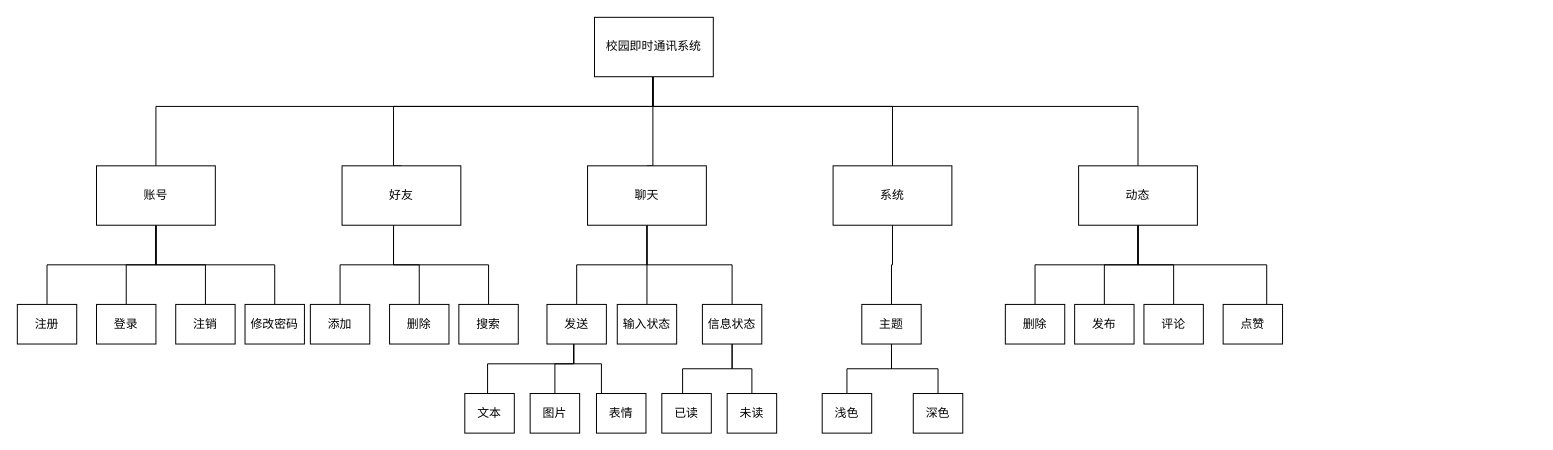
Before: 未命名绘图.drawio in kkiiidd/demo1, a draw.io diagram. Source tidied: cells renumbered, new cells numbered last; positions are measured from the earlier drawing's top-left corner, leaving out a move shared by most shapes. Both pictures are drawn from the tidied source at 99%, with x=0, y=0 at pixel (17, 17).
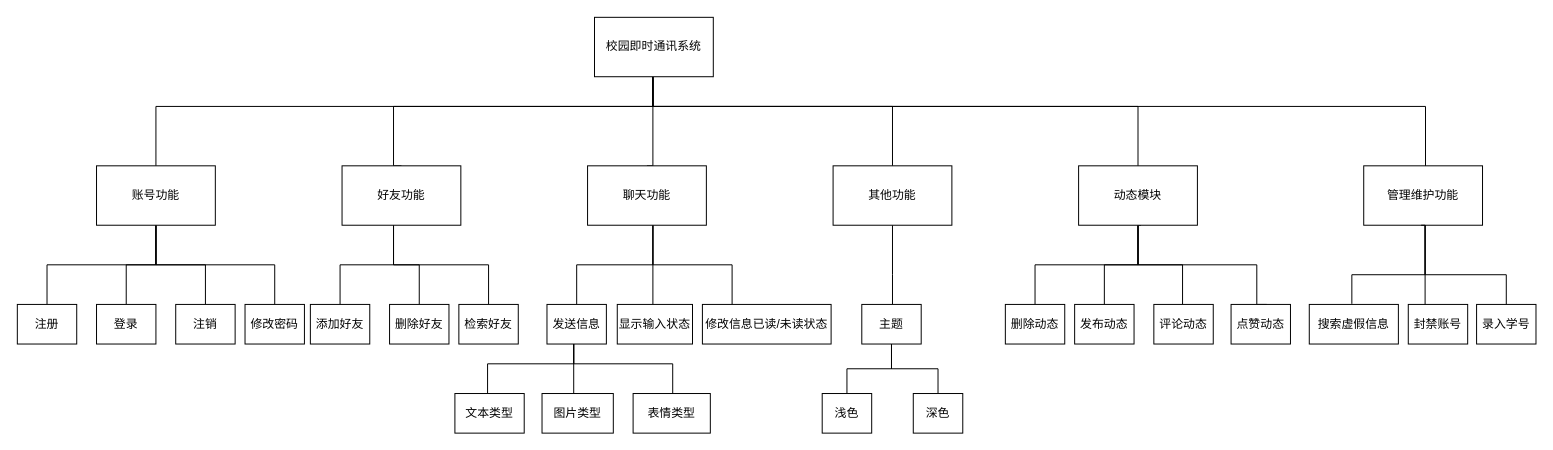
Above is the later version.

Commit message:
更新未命名绘图.drawio

Unchanged cells that the change refers to:
```xml
<mxCell id="7" value="校园即时通讯系统" style="rounded=0;whiteSpace=wrap;html=1;strokeColor=default;" parent="1" vertex="1">
  <mxGeometry x="583" width="120" height="60" as="geometry" />
</mxCell>
<mxCell id="45" value="主题" style="rounded=0;whiteSpace=wrap;html=1;strokeColor=default;" parent="1" vertex="1">
  <mxGeometry x="853" y="290" width="60" height="40" as="geometry" />
</mxCell>
```

Diff of the diagram source:
```diff
@@
-    <mxCell id="13" value="账号" style="rounded=0;whiteSpace=wrap;html=1;strokeColor=default;" parent="1" vertex="1">
+    <mxCell id="13" value="账号功能" style="rounded=0;whiteSpace=wrap;html=1;strokeColor=default;" parent="1" vertex="1">
       <mxGeometry x="80" y="150" width="120" height="60" as="geometry" />
     </mxCell>
@@
-    <mxCell id="17" value="好友" style="rounded=0;whiteSpace=wrap;html=1;strokeColor=default;" parent="1" vertex="1">
+    <mxCell id="17" value="好友功能" style="rounded=0;whiteSpace=wrap;html=1;strokeColor=default;" parent="1" vertex="1">
       <mxGeometry x="328" y="150" width="120" height="60" as="geometry" />
     </mxCell>
     <mxCell id="18" style="edgeStyle=orthogonalEdgeStyle;rounded=0;jettySize=auto;html=1;entryX=0.5;entryY=0;entryDx=0;entryDy=0;strokeColor=default;endArrow=none;endFill=0;" parent="1" edge="1" source="21" target="39">
-      <mxGeometry relative="1" as="geometry" />
+      <mxGeometry relative="1" as="geometry">
+        <Array as="points">
+          <mxPoint x="642" y="250" />
+          <mxPoint x="565" y="250" />
+        </Array>
+      </mxGeometry>
     </mxCell>
     <mxCell id="19" style="edgeStyle=orthogonalEdgeStyle;rounded=0;jettySize=auto;html=1;strokeColor=default;endArrow=none;endFill=0;" parent="1" edge="1" source="21" target="42">
-      <mxGeometry relative="1" as="geometry" />
+      <mxGeometry relative="1" as="geometry">
+        <Array as="points">
+          <mxPoint x="642" y="250" />
+          <mxPoint x="722" y="250" />
+        </Array>
+      </mxGeometry>
     </mxCell>
     <mxCell id="20" style="edgeStyle=orthogonalEdgeStyle;rounded=0;jettySize=auto;html=1;endArrow=none;endFill=0;" parent="1" edge="1" source="21" target="57">
-      <mxGeometry relative="1" as="geometry" />
+      <mxGeometry relative="1" as="geometry">
+        <Array as="points">
+          <mxPoint x="642" y="240" />
+          <mxPoint x="642" y="240" />
+        </Array>
+      </mxGeometry>
     </mxCell>
-    <mxCell id="21" value="聊天" style="rounded=0;whiteSpace=wrap;html=1;strokeColor=default;" parent="1" vertex="1">
+    <mxCell id="21" value="聊天功能" style="rounded=0;whiteSpace=wrap;html=1;strokeColor=default;" parent="1" vertex="1">
       <mxGeometry x="576" y="150" width="120" height="60" as="geometry" />
     </mxCell>
     <mxCell id="22" style="edgeStyle=orthogonalEdgeStyle;rounded=0;jettySize=auto;html=1;strokeColor=default;endArrow=none;endFill=0;" parent="1" edge="1" source="23" target="45">
-      <mxGeometry relative="1" as="geometry" />
+      <mxGeometry relative="1" as="geometry">
+        <Array as="points">
+          <mxPoint x="884" y="260" />
+          <mxPoint x="884" y="260" />
+        </Array>
+      </mxGeometry>
     </mxCell>
-    <mxCell id="23" value="系统" style="rounded=0;whiteSpace=wrap;html=1;strokeColor=default;" parent="1" vertex="1">
+    <mxCell id="23" value="其他功能" style="rounded=0;whiteSpace=wrap;html=1;strokeColor=default;" parent="1" vertex="1">
       <mxGeometry x="824" y="150" width="120" height="60" as="geometry" />
     </mxCell>
@@
-    <mxCell id="26" style="edgeStyle=orthogonalEdgeStyle;rounded=0;jettySize=auto;html=1;strokeColor=default;endArrow=none;endFill=0;" parent="1" edge="1" source="28" target="49">
+    <mxCell id="26" style="edgeStyle=orthogonalEdgeStyle;rounded=0;orthogonalLoop=1;jettySize=auto;html=1;strokeColor=default;endArrow=none;endFill=0;" parent="1" edge="1">
       <mxGeometry relative="1" as="geometry">
+        <mxPoint x="1132" y="210" as="sourcePoint" />
+        <mxPoint x="1262" y="290" as="targetPoint" />
         <Array as="points">
           <mxPoint x="1132" y="250" />
-          <mxPoint x="1262" y="250" />
+          <mxPoint x="1252" y="250" />
+          <mxPoint x="1252" y="290" />
         </Array>
       </mxGeometry>
     </mxCell>
-    <mxCell id="27" style="edgeStyle=orthogonalEdgeStyle;rounded=0;jettySize=auto;html=1;strokeColor=default;endArrow=none;endFill=0;" parent="1" edge="1" source="28" target="48">
-      <mxGeometry relative="1" as="geometry" />
+    <mxCell id="27" style="edgeStyle=orthogonalEdgeStyle;rounded=0;orthogonalLoop=1;jettySize=auto;html=1;strokeColor=default;endArrow=none;endFill=0;" parent="1" edge="1">
+      <mxGeometry relative="1" as="geometry">
+        <mxPoint x="1135" y="210" as="sourcePoint" />
+        <mxPoint x="1177" y="290" as="targetPoint" />
+        <Array as="points">
+          <mxPoint x="1132" y="210" />
+          <mxPoint x="1132" y="250" />
+          <mxPoint x="1177" y="250" />
+        </Array>
+      </mxGeometry>
     </mxCell>
-    <mxCell id="28" value="动态" style="rounded=0;whiteSpace=wrap;html=1;strokeColor=default;" parent="1" vertex="1">
+    <mxCell id="28" value="动态模块" style="rounded=0;whiteSpace=wrap;html=1;strokeColor=default;" parent="1" vertex="1">
       <mxGeometry x="1072" y="150" width="120" height="60" as="geometry" />
     </mxCell>
@@
-    <mxCell id="33" value="添加" style="rounded=0;whiteSpace=wrap;html=1;strokeColor=default;" parent="1" vertex="1">
+    <mxCell id="33" value="添加好友" style="rounded=0;whiteSpace=wrap;html=1;strokeColor=default;" parent="1" vertex="1">
       <mxGeometry x="296" y="290" width="60" height="40" as="geometry" />
     </mxCell>
-    <mxCell id="34" value="删除" style="rounded=0;whiteSpace=wrap;html=1;strokeColor=default;" parent="1" vertex="1">
+    <mxCell id="34" value="删除好友" style="rounded=0;whiteSpace=wrap;html=1;strokeColor=default;" parent="1" vertex="1">
       <mxGeometry x="376" y="290" width="60" height="40" as="geometry" />
     </mxCell>
-    <mxCell id="35" value="搜索" style="rounded=0;whiteSpace=wrap;html=1;strokeColor=default;" parent="1" vertex="1">
+    <mxCell id="35" value="检索好友" style="rounded=0;whiteSpace=wrap;html=1;strokeColor=default;" parent="1" vertex="1">
       <mxGeometry x="446" y="290" width="60" height="40" as="geometry" />
     </mxCell>
@@
     <mxCell id="37" style="edgeStyle=orthogonalEdgeStyle;rounded=0;jettySize=auto;html=1;entryX=0.5;entryY=0;entryDx=0;entryDy=0;strokeColor=default;endArrow=none;endFill=0;" parent="1" edge="1" source="39" target="51">
       <mxGeometry relative="1" as="geometry">
         <Array as="points">
-          <mxPoint x="562" y="350" />
-          <mxPoint x="543" y="350" />
+          <mxPoint x="562" y="380" />
         </Array>
       </mxGeometry>
     </mxCell>
     <mxCell id="38" style="edgeStyle=orthogonalEdgeStyle;rounded=0;jettySize=auto;html=1;strokeColor=default;endArrow=none;endFill=0;" parent="1" edge="1" source="39" target="52">
       <mxGeometry relative="1" as="geometry">
         <Array as="points">
           <mxPoint x="562" y="350" />
-          <mxPoint x="590" y="350" />
+          <mxPoint x="662" y="350" />
         </Array>
       </mxGeometry>
     </mxCell>
-    <mxCell id="39" value="发送" style="rounded=0;whiteSpace=wrap;html=1;strokeColor=default;" parent="1" vertex="1">
+    <mxCell id="39" value="发送信息" style="rounded=0;whiteSpace=wrap;html=1;strokeColor=default;" parent="1" vertex="1">
       <mxGeometry x="535" y="290" width="60" height="40" as="geometry" />
     </mxCell>
-    <mxCell id="40" style="edgeStyle=orthogonalEdgeStyle;rounded=0;jettySize=auto;html=1;entryX=0.75;entryY=0;entryDx=0;entryDy=0;strokeColor=default;endArrow=none;endFill=0;" parent="1" edge="1" source="42" target="53">
-      <mxGeometry relative="1" as="geometry">
-        <Array as="points">
-          <mxPoint x="722" y="355" />
-          <mxPoint x="672" y="355" />
-          <mxPoint x="672" y="380" />
-        </Array>
-      </mxGeometry>
-    </mxCell>
-    <mxCell id="41" style="edgeStyle=orthogonalEdgeStyle;rounded=0;jettySize=auto;html=1;entryX=0.5;entryY=0;entryDx=0;entryDy=0;strokeColor=default;endArrow=none;endFill=0;" parent="1" edge="1" source="42" target="54">
-      <mxGeometry relative="1" as="geometry" />
-    </mxCell>
-    <mxCell id="42" value="信息状态" style="rounded=0;whiteSpace=wrap;html=1;strokeColor=default;" parent="1" vertex="1">
-      <mxGeometry x="692" y="290" width="60" height="40" as="geometry" />
+    <mxCell id="42" value="修改信息已读/未读状态" style="rounded=0;whiteSpace=wrap;html=1;strokeColor=default;" parent="1" vertex="1">
+      <mxGeometry x="692" y="290" width="130" height="40" as="geometry" />
     </mxCell>
@@
-    <mxCell id="46" value="删除" style="rounded=0;whiteSpace=wrap;html=1;strokeColor=default;" parent="1" vertex="1">
+    <mxCell id="46" value="删除动态" style="rounded=0;whiteSpace=wrap;html=1;strokeColor=default;" parent="1" vertex="1">
       <mxGeometry x="998" y="290" width="60" height="40" as="geometry" />
     </mxCell>
-    <mxCell id="47" value="发布" style="rounded=0;whiteSpace=wrap;html=1;strokeColor=default;" parent="1" vertex="1">
+    <mxCell id="47" value="发布动态" style="rounded=0;whiteSpace=wrap;html=1;strokeColor=default;" parent="1" vertex="1">
       <mxGeometry x="1068" y="290" width="60" height="40" as="geometry" />
     </mxCell>
-    <mxCell id="48" value="评论" style="rounded=0;whiteSpace=wrap;html=1;strokeColor=default;" parent="1" vertex="1">
-      <mxGeometry x="1138" y="290" width="60" height="40" as="geometry" />
+    <mxCell id="48" value="评论动态" style="rounded=0;whiteSpace=wrap;html=1;strokeColor=default;" parent="1" vertex="1">
+      <mxGeometry x="1148" y="290" width="60" height="40" as="geometry" />
     </mxCell>
-    <mxCell id="49" value="点赞" style="rounded=0;whiteSpace=wrap;html=1;strokeColor=default;" parent="1" vertex="1">
-      <mxGeometry x="1218" y="290" width="60" height="40" as="geometry" />
+    <mxCell id="49" value="点赞动态" style="rounded=0;whiteSpace=wrap;html=1;strokeColor=default;" parent="1" vertex="1">
+      <mxGeometry x="1226" y="290" width="60" height="40" as="geometry" />
     </mxCell>
-    <mxCell id="50" value="文本" style="rounded=0;whiteSpace=wrap;html=1;flipH=1;strokeColor=default;" parent="1" vertex="1">
-      <mxGeometry x="452" y="380" width="50" height="40" as="geometry" />
+    <mxCell id="50" value="文本类型" style="rounded=0;whiteSpace=wrap;html=1;flipH=1;strokeColor=default;" parent="1" vertex="1">
+      <mxGeometry x="442" y="380" width="70" height="40" as="geometry" />
     </mxCell>
-    <mxCell id="51" value="图片" style="rounded=0;whiteSpace=wrap;html=1;flipH=1;strokeColor=default;" parent="1" vertex="1">
-      <mxGeometry x="518" y="380" width="50" height="40" as="geometry" />
+    <mxCell id="51" value="图片类型" style="rounded=0;whiteSpace=wrap;html=1;flipH=1;strokeColor=default;" parent="1" vertex="1">
+      <mxGeometry x="530" y="380" width="72" height="40" as="geometry" />
     </mxCell>
-    <mxCell id="52" value="表情" style="rounded=0;whiteSpace=wrap;html=1;flipH=1;strokeColor=default;" parent="1" vertex="1">
-      <mxGeometry x="585" y="380" width="50" height="40" as="geometry" />
+    <mxCell id="52" value="表情类型" style="rounded=0;whiteSpace=wrap;html=1;flipH=1;strokeColor=default;" parent="1" vertex="1">
+      <mxGeometry x="622" y="380" width="78" height="40" as="geometry" />
     </mxCell>
-    <mxCell id="53" value="已读" style="rounded=0;whiteSpace=wrap;html=1;flipH=1;strokeColor=default;" parent="1" vertex="1">
-      <mxGeometry x="651" y="380" width="50" height="40" as="geometry" />
-    </mxCell>
-    <mxCell id="54" value="未读" style="rounded=0;whiteSpace=wrap;html=1;flipH=1;strokeColor=default;" parent="1" vertex="1">
-      <mxGeometry x="717" y="380" width="50" height="40" as="geometry" />
-    </mxCell>
@@
-    <mxCell id="57" value="输入状态" style="rounded=0;whiteSpace=wrap;html=1;strokeColor=default;" parent="1" vertex="1">
-      <mxGeometry x="606" y="290" width="60" height="40" as="geometry" />
+    <mxCell id="57" value="显示输入状态" style="rounded=0;whiteSpace=wrap;html=1;strokeColor=default;" parent="1" vertex="1">
+      <mxGeometry x="606" y="290" width="76" height="40" as="geometry" />
     </mxCell>
+    <mxCell id="58" value="管理维护功能" style="rounded=0;whiteSpace=wrap;html=1;strokeColor=default;" parent="1" vertex="1">
+      <mxGeometry x="1360" y="150" width="120" height="60" as="geometry" />
+    </mxCell>
+    <mxCell id="59" style="edgeStyle=orthogonalEdgeStyle;rounded=0;jettySize=auto;html=1;strokeColor=default;endArrow=none;endFill=0;entryX=0.52;entryY=0;entryDx=0;entryDy=0;entryPerimeter=0;exitX=0.492;exitY=1.049;exitDx=0;exitDy=0;exitPerimeter=0;" parent="1" edge="1" source="7" target="58">
+      <mxGeometry relative="1" as="geometry">
+        <Array as="points">
+          <mxPoint x="642" y="90" />
+          <mxPoint x="1422" y="90" />
+          <mxPoint x="1422" y="150" />
+        </Array>
+      </mxGeometry>
+    </mxCell>
+    <mxCell id="60" value="搜索虚假信息" style="rounded=0;whiteSpace=wrap;html=1;strokeColor=default;" parent="1" vertex="1">
+      <mxGeometry x="1305" y="290" width="90" height="40" as="geometry" />
+    </mxCell>
+    <mxCell id="61" value="封禁账号" style="rounded=0;whiteSpace=wrap;html=1;strokeColor=default;" parent="1" vertex="1">
+      <mxGeometry x="1405" y="290" width="60" height="40" as="geometry" />
+    </mxCell>
+    <mxCell id="62" value="录入学号" style="rounded=0;whiteSpace=wrap;html=1;strokeColor=default;" parent="1" vertex="1">
+      <mxGeometry x="1474" y="290" width="60" height="40" as="geometry" />
+    </mxCell>
+    <mxCell id="63" style="edgeStyle=orthogonalEdgeStyle;rounded=0;orthogonalLoop=1;jettySize=auto;html=1;strokeColor=default;endArrow=none;endFill=0;entryX=0.489;entryY=-0.015;entryDx=0;entryDy=0;entryPerimeter=0;" parent="1" edge="1">
+      <mxGeometry relative="1" as="geometry">
+        <mxPoint x="1418" y="210" as="sourcePoint" />
+        <mxPoint x="1348" y="289.4" as="targetPoint" />
+        <Array as="points">
+          <mxPoint x="1422" y="210" />
+          <mxPoint x="1422" y="260" />
+          <mxPoint x="1348" y="260" />
+        </Array>
+      </mxGeometry>
+    </mxCell>
+    <mxCell id="64" style="edgeStyle=orthogonalEdgeStyle;rounded=0;jettySize=auto;html=1;strokeColor=default;endArrow=none;endFill=0;" parent="1" edge="1" source="58">
+      <mxGeometry relative="1" as="geometry">
+        <mxPoint x="1422" y="290" as="targetPoint" />
+        <Array as="points">
+          <mxPoint x="1422" y="291" />
+        </Array>
+      </mxGeometry>
+    </mxCell>
+    <mxCell id="65" style="edgeStyle=orthogonalEdgeStyle;rounded=0;jettySize=auto;html=1;strokeColor=default;endArrow=none;endFill=0;" parent="1" edge="1" target="62">
+      <mxGeometry relative="1" as="geometry">
+        <mxPoint x="1422" y="210" as="sourcePoint" />
+        <Array as="points">
+          <mxPoint x="1422" y="260" />
+          <mxPoint x="1504" y="260" />
+        </Array>
+      </mxGeometry>
+    </mxCell>
```
